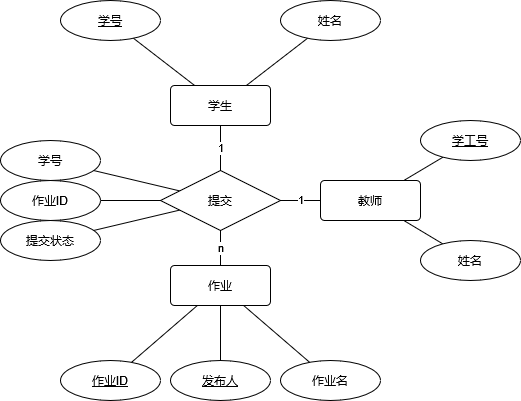
Earlier version of the draw.io export README.assets/E-R.drawio.png (mind-dance/students-assignments). Source tidied: cells renumbered, new cells last; positions are measured from the earlier drawing's top-left corner, leaving out a move shared by most shapes. Its diagram source:
```xml
<mxGraphModel>
  <root>
    <mxCell id="0" />
    <mxCell id="1" parent="0" />
    <mxCell id="2" value="1" style="rounded=0;jettySize=auto;html=1;endArrow=none;endFill=0;" parent="1" edge="1" source="3" target="14">
      <mxGeometry relative="1" as="geometry" />
    </mxCell>
    <mxCell id="3" value="学生" style="rounded=1;arcSize=10;whiteSpace=wrap;html=1;align=center;" parent="1" vertex="1">
      <mxGeometry x="170" y="85" width="100" height="40" as="geometry" />
    </mxCell>
    <mxCell id="4" style="rounded=0;jettySize=auto;html=1;endArrow=none;endFill=0;" parent="1" edge="1" source="5" target="19">
      <mxGeometry relative="1" as="geometry" />
    </mxCell>
    <mxCell id="5" value="&lt;div&gt;作业&lt;/div&gt;" style="rounded=1;arcSize=10;whiteSpace=wrap;html=1;align=center;" parent="1" vertex="1">
      <mxGeometry x="170" y="265" width="100" height="40" as="geometry" />
    </mxCell>
    <mxCell id="6" value="学号" style="ellipse;whiteSpace=wrap;html=1;align=center;fontStyle=4;" parent="1" vertex="1">
      <mxGeometry x="60" width="100" height="40" as="geometry" />
    </mxCell>
    <mxCell id="7" style="endArrow=none;html=1;rounded=0;" parent="1" edge="1" source="6" target="3">
      <mxGeometry relative="1" as="geometry" />
    </mxCell>
    <mxCell id="8" value="&lt;div&gt;姓名&lt;/div&gt;" style="ellipse;whiteSpace=wrap;html=1;align=center;" parent="1" vertex="1">
      <mxGeometry x="280" width="100" height="40" as="geometry" />
    </mxCell>
    <mxCell id="9" style="endArrow=none;html=1;rounded=0;" parent="1" edge="1" source="8" target="3">
      <mxGeometry relative="1" as="geometry" />
    </mxCell>
    <mxCell id="10" value="学号" style="ellipse;whiteSpace=wrap;html=1;align=center;" parent="1" vertex="1">
      <mxGeometry y="140" width="100" height="40" as="geometry" />
    </mxCell>
    <mxCell id="11" style="endArrow=none;html=1;rounded=0;" parent="1" edge="1" source="10" target="14">
      <mxGeometry relative="1" as="geometry" />
    </mxCell>
    <mxCell id="12" value="n" style="rounded=0;jettySize=auto;html=1;endArrow=none;endFill=0;" parent="1" edge="1" source="14" target="5">
      <mxGeometry relative="1" as="geometry" />
    </mxCell>
    <mxCell id="13" value="1" style="rounded=0;jettySize=auto;html=1;endArrow=none;endFill=0;spacing=2;horizontal=1;verticalAlign=middle;spacingLeft=0;fontFamily=Helvetica;" parent="1" edge="1" source="14" target="25">
      <mxGeometry relative="1" as="geometry" />
    </mxCell>
    <mxCell id="14" value="提交" style="shape=rhombus;perimeter=rhombusPerimeter;whiteSpace=wrap;html=1;align=center;" parent="1" vertex="1">
      <mxGeometry x="160" y="170" width="120" height="60" as="geometry" />
    </mxCell>
    <mxCell id="15" style="endArrow=none;html=1;rounded=0;" parent="1" edge="1" source="16" target="5">
      <mxGeometry relative="1" as="geometry" />
    </mxCell>
    <mxCell id="16" value="作业名" style="ellipse;whiteSpace=wrap;html=1;align=center;" parent="1" vertex="1">
      <mxGeometry x="280" y="360" width="100" height="40" as="geometry" />
    </mxCell>
    <mxCell id="17" value="提交状态" style="ellipse;whiteSpace=wrap;html=1;align=center;" parent="1" vertex="1">
      <mxGeometry y="220" width="100" height="40" as="geometry" />
    </mxCell>
    <mxCell id="18" style="endArrow=none;html=1;rounded=0;" parent="1" edge="1" source="17" target="14">
      <mxGeometry relative="1" as="geometry" />
    </mxCell>
    <mxCell id="19" value="&lt;u&gt;作业ID&lt;/u&gt;" style="ellipse;whiteSpace=wrap;html=1;align=center;" parent="1" vertex="1">
      <mxGeometry x="60" y="360" width="100" height="40" as="geometry" />
    </mxCell>
    <mxCell id="20" value="作业ID" style="ellipse;whiteSpace=wrap;html=1;align=center;" parent="1" vertex="1">
      <mxGeometry y="180" width="100" height="40" as="geometry" />
    </mxCell>
    <mxCell id="21" style="endArrow=none;html=1;rounded=0;" parent="1" edge="1" source="20" target="14">
      <mxGeometry relative="1" as="geometry" />
    </mxCell>
    <mxCell id="22" style="rounded=0;jettySize=auto;html=1;endArrow=none;endFill=0;" parent="1" edge="1" source="23" target="5">
      <mxGeometry relative="1" as="geometry" />
    </mxCell>
    <mxCell id="23" value="&lt;u&gt;发布人&lt;/u&gt;" style="ellipse;whiteSpace=wrap;html=1;align=center;" parent="1" vertex="1">
      <mxGeometry x="170" y="360" width="100" height="40" as="geometry" />
    </mxCell>
    <mxCell id="24" style="rounded=0;jettySize=auto;html=1;endArrow=none;endFill=0;" parent="1" edge="1" source="25" target="28">
      <mxGeometry relative="1" as="geometry" />
    </mxCell>
    <mxCell id="25" value="教师" style="rounded=1;arcSize=10;whiteSpace=wrap;html=1;align=center;" parent="1" vertex="1">
      <mxGeometry x="320" y="180" width="100" height="40" as="geometry" />
    </mxCell>
    <mxCell id="26" style="rounded=0;jettySize=auto;html=1;endArrow=none;endFill=0;" parent="1" edge="1" source="27" target="25">
      <mxGeometry relative="1" as="geometry" />
    </mxCell>
    <mxCell id="27" value="学工号" style="ellipse;whiteSpace=wrap;html=1;align=center;fontStyle=4;" parent="1" vertex="1">
      <mxGeometry x="420" y="120" width="100" height="40" as="geometry" />
    </mxCell>
    <mxCell id="28" value="姓名" style="ellipse;whiteSpace=wrap;html=1;align=center;" parent="1" vertex="1">
      <mxGeometry x="420" y="240" width="100" height="40" as="geometry" />
    </mxCell>
  </root>
</mxGraphModel>
```
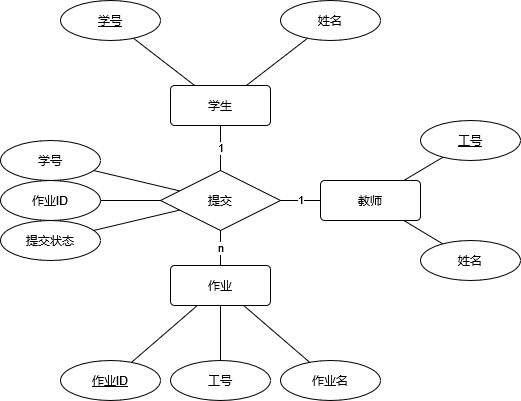
After the commit.

Diff of the diagram source:
```diff
@@ -65,7 +65,7 @@
     <mxCell id="22" style="rounded=0;jettySize=auto;html=1;endArrow=none;endFill=0;" parent="1" edge="1" source="23" target="5">
       <mxGeometry relative="1" as="geometry" />
     </mxCell>
-    <mxCell id="23" value="&lt;u&gt;发布人&lt;/u&gt;" style="ellipse;whiteSpace=wrap;html=1;align=center;" parent="1" vertex="1">
+    <mxCell id="23" value="工号" style="ellipse;whiteSpace=wrap;html=1;align=center;" parent="1" vertex="1">
       <mxGeometry x="170" y="360" width="100" height="40" as="geometry" />
     </mxCell>
     <mxCell id="24" style="rounded=0;jettySize=auto;html=1;endArrow=none;endFill=0;" parent="1" edge="1" source="25" target="28">
@@ -77,7 +77,7 @@
     <mxCell id="26" style="rounded=0;jettySize=auto;html=1;endArrow=none;endFill=0;" parent="1" edge="1" source="27" target="25">
       <mxGeometry relative="1" as="geometry" />
     </mxCell>
-    <mxCell id="27" value="学工号" style="ellipse;whiteSpace=wrap;html=1;align=center;fontStyle=4;" parent="1" vertex="1">
+    <mxCell id="27" value="工号" style="ellipse;whiteSpace=wrap;html=1;align=center;fontStyle=4;" parent="1" vertex="1">
       <mxGeometry x="420" y="120" width="100" height="40" as="geometry" />
     </mxCell>
     <mxCell id="28" value="姓名" style="ellipse;whiteSpace=wrap;html=1;align=center;" parent="1" vertex="1">
```
